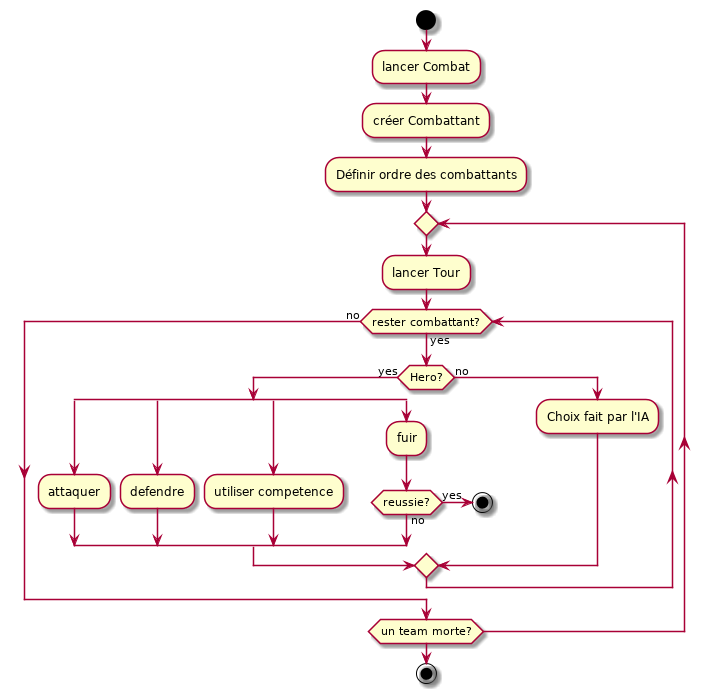
This is UML/Combat/combat.png from Pyp-o/D-D_bouffe, a PlantUML export, as it was before one commit. The source it was exported from:
```plantuml
@startuml
start
:lancer Combat;
:créer Combattant;
:Définir ordre des combattants;
repeat
	:lancer Tour;

	while (rester combattant?) is (yes)
		if (Hero?) then (yes)
  			split
				:attaquer;
			split again
				:defendre;
			split again
				:utiliser competence;
			split again
				:fuir;
				if (reussie?) then (yes)
					stop
				else (no)
				endif
			end split
		else (no)
			:Choix fait par l'IA;
		endif
	endwhile (no)

repeat while (un team morte?)

stop
@enduml
```
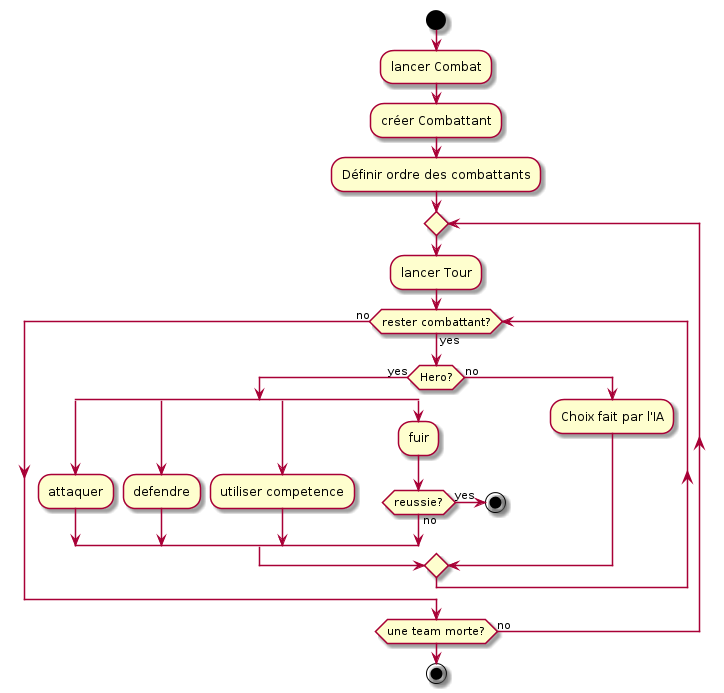
The same diagram one commit later.

Commit message:
Ajout diagramme activite deplacement

The edit, as a diff of the source:
```diff
@@ -26,7 +26,8 @@
 		endif
 	endwhile (no)
 
-repeat while (un team morte?)
+repeat while (une team morte?) is (no)
+
 
 stop
 @enduml
```
